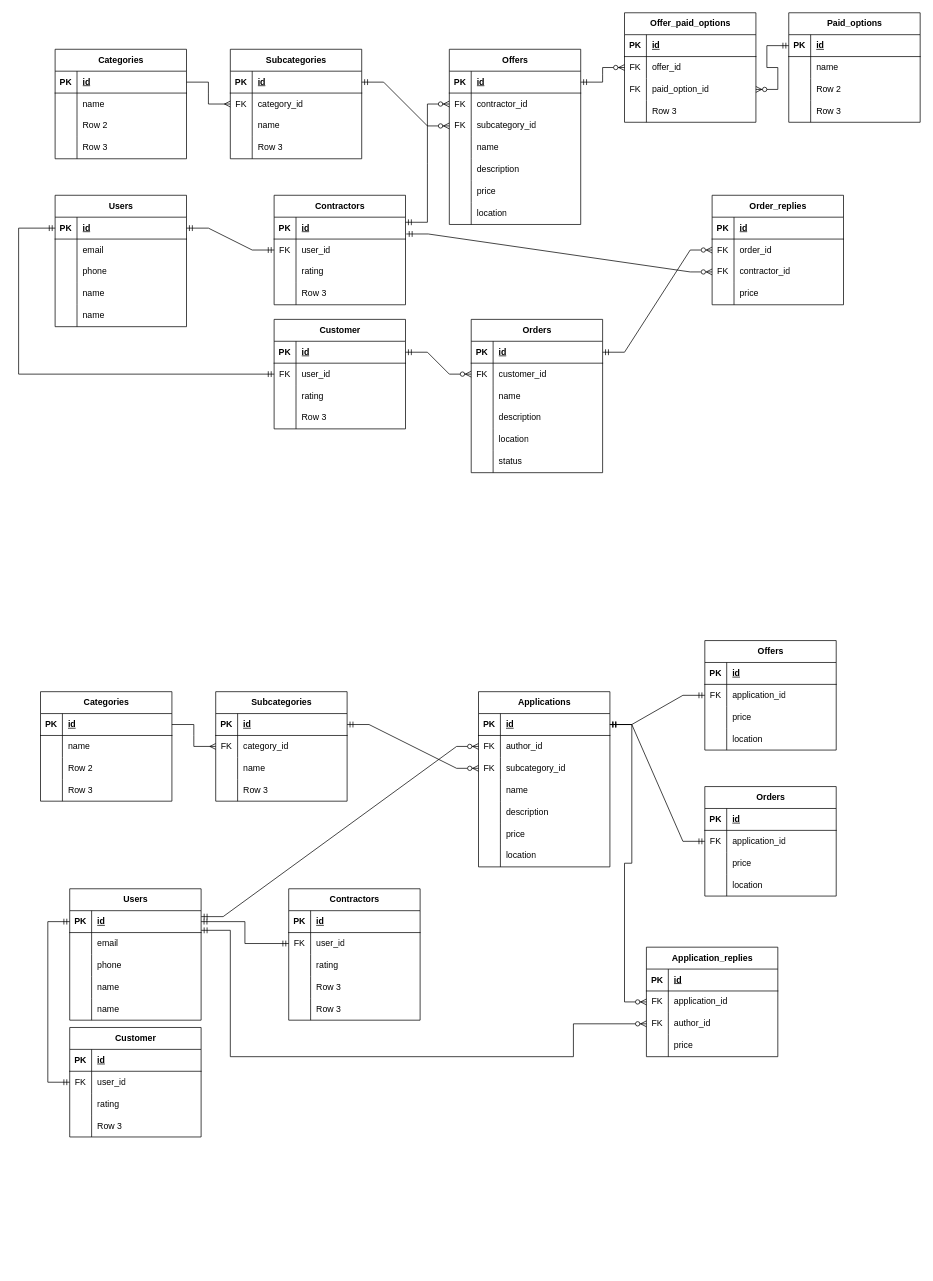
ki1it/draw_io keeps this draw.io diagram as Untitled Diagram.drawio. Above is the earlier version. Source tidied: cells renumbered, new cells numbered last; positions are measured from the earlier drawing's top-left corner, leaving out a move shared by most shapes. Both pictures are drawn from the tidied source at 73%, with x=0, y=0 at pixel (18, 12).
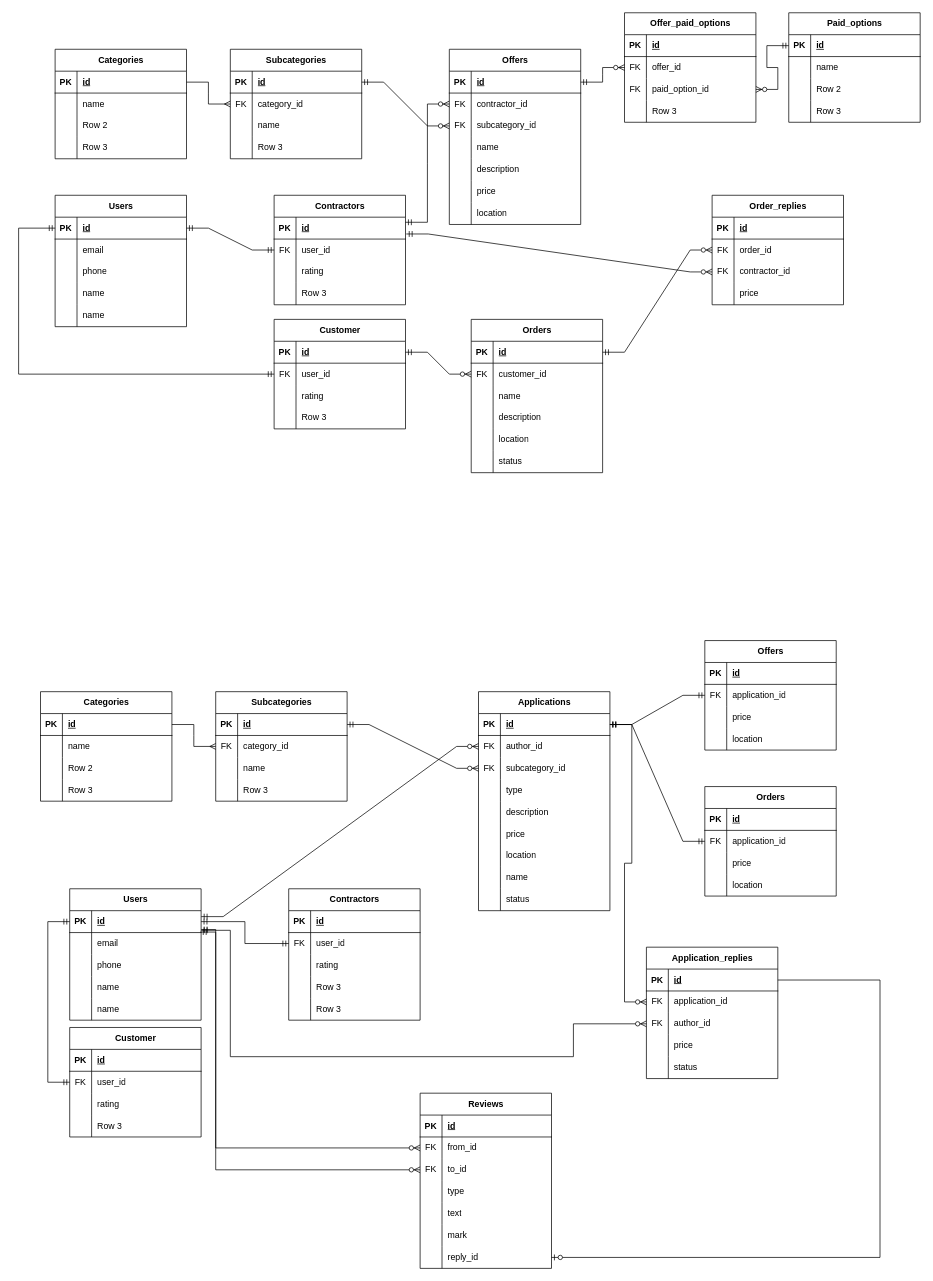
The same diagram, later.

Unchanged cells that the change refers to:
```xml
<mxCell id="161" style="shape=tableRow;horizontal=0;startSize=0;swimlaneHead=0;swimlaneBody=0;fillColor=none;points=[[0,0.5],[1,0.5]];portConstraint=eastwest;top=0;left=0;right=0;bottom=1;" parent="160" vertex="1">
  <mxGeometry y="30" width="180" height="30" as="geometry" />
</mxCell>
<mxCell id="217" style="shape=tableRow;horizontal=0;startSize=0;swimlaneHead=0;swimlaneBody=0;fillColor=none;top=0;left=0;right=0;bottom=0;" parent="207" vertex="1">
  <mxGeometry y="120" width="180" height="30" as="geometry" />
</mxCell>
<mxCell id="287" style="shape=tableRow;horizontal=0;startSize=0;swimlaneHead=0;swimlaneBody=0;fillColor=none;points=[[0,0.5],[1,0.5]];portConstraint=eastwest;top=0;left=0;right=0;bottom=1;" parent="286" vertex="1">
  <mxGeometry y="30" width="180" height="30" as="geometry" />
</mxCell>
```

Diff of the diagram source:
```diff
@@
     <mxCell id="207" value="Applications" style="shape=table;startSize=30;childLayout=tableLayout;rowLines=0;fontStyle=1;align=center;html=1;" parent="1" vertex="1">
-      <mxGeometry x="630" y="930" width="180" height="240" as="geometry" />
+      <mxGeometry x="630" y="930" width="180" height="300" as="geometry" />
     </mxCell>
@@
-    <mxCell id="219" value="name" style="shape=partialRectangle;fillColor=none;top=0;left=0;bottom=0;right=0;align=left;spacingLeft=6;overflow=hidden;whiteSpace=wrap;html=1;" parent="217" vertex="1">
+    <mxCell id="219" value="type" style="shape=partialRectangle;fillColor=none;top=0;left=0;bottom=0;right=0;align=left;spacingLeft=6;overflow=hidden;whiteSpace=wrap;html=1;" parent="217" vertex="1">
       <mxGeometry x="30" width="150" height="30" as="geometry" />
     </mxCell>
@@
+    <mxCell id="301" style="shape=tableRow;horizontal=0;startSize=0;swimlaneHead=0;swimlaneBody=0;fillColor=none;top=0;left=0;right=0;bottom=0;" parent="207" vertex="1">
+      <mxGeometry y="240" width="180" height="30" as="geometry" />
+    </mxCell>
+    <mxCell id="302" style="shape=partialRectangle;fillColor=none;top=0;left=0;bottom=0;right=0;overflow=hidden;whiteSpace=wrap;html=1;" parent="301" vertex="1">
+      <mxGeometry width="30" height="30" as="geometry" />
+    </mxCell>
+    <mxCell id="303" value="name" style="shape=partialRectangle;fillColor=none;top=0;left=0;bottom=0;right=0;align=left;spacingLeft=6;overflow=hidden;whiteSpace=wrap;html=1;" parent="301" vertex="1">
+      <mxGeometry x="30" width="150" height="30" as="geometry" />
+    </mxCell>
+    <mxCell id="304" style="shape=tableRow;horizontal=0;startSize=0;swimlaneHead=0;swimlaneBody=0;fillColor=none;top=0;left=0;right=0;bottom=0;" parent="207" vertex="1">
+      <mxGeometry y="270" width="180" height="30" as="geometry" />
+    </mxCell>
+    <mxCell id="305" style="shape=partialRectangle;fillColor=none;top=0;left=0;bottom=0;right=0;overflow=hidden;whiteSpace=wrap;html=1;" parent="304" vertex="1">
+      <mxGeometry width="30" height="30" as="geometry" />
+    </mxCell>
+    <mxCell id="306" value="status" style="shape=partialRectangle;fillColor=none;top=0;left=0;bottom=0;right=0;align=left;spacingLeft=6;overflow=hidden;whiteSpace=wrap;html=1;" parent="304" vertex="1">
+      <mxGeometry x="30" width="150" height="30" as="geometry" />
+    </mxCell>
@@
     <mxCell id="286" value="Application_replies" style="shape=table;startSize=30;childLayout=tableLayout;rowLines=0;fontStyle=1;align=center;html=1;" parent="1" vertex="1">
-      <mxGeometry x="860" y="1280" width="180" height="150" as="geometry" />
+      <mxGeometry x="860" y="1280" width="180" height="180" as="geometry" />
     </mxCell>
@@
+    <mxCell id="307" style="shape=tableRow;horizontal=0;startSize=0;swimlaneHead=0;swimlaneBody=0;fillColor=none;top=0;left=0;right=0;bottom=0;" parent="286" vertex="1">
+      <mxGeometry y="150" width="180" height="30" as="geometry" />
+    </mxCell>
+    <mxCell id="308" style="shape=partialRectangle;fillColor=none;top=0;left=0;bottom=0;right=0;overflow=hidden;whiteSpace=wrap;html=1;" parent="307" vertex="1">
+      <mxGeometry width="30" height="30" as="geometry" />
+    </mxCell>
+    <mxCell id="309" value="status" style="shape=partialRectangle;fillColor=none;top=0;left=0;bottom=0;right=0;align=left;spacingLeft=6;overflow=hidden;whiteSpace=wrap;html=1;" parent="307" vertex="1">
+      <mxGeometry x="30" width="150" height="30" as="geometry" />
+    </mxCell>
@@
+    <mxCell id="310" value="Reviews" style="shape=table;startSize=30;childLayout=tableLayout;rowLines=0;fontStyle=1;align=center;html=1;" parent="1" vertex="1">
+      <mxGeometry x="550" y="1480" width="180" height="240" as="geometry" />
+    </mxCell>
+    <mxCell id="311" style="shape=tableRow;horizontal=0;startSize=0;swimlaneHead=0;swimlaneBody=0;fillColor=none;top=0;left=0;right=0;bottom=1;" parent="310" vertex="1">
+      <mxGeometry y="30" width="180" height="30" as="geometry" />
+    </mxCell>
+    <mxCell id="312" value="PK" style="shape=partialRectangle;fillColor=none;top=0;left=0;bottom=0;right=0;fontStyle=1;overflow=hidden;whiteSpace=wrap;html=1;" parent="311" vertex="1">
+      <mxGeometry width="30" height="30" as="geometry" />
+    </mxCell>
+    <mxCell id="313" value="id" style="shape=partialRectangle;fillColor=none;top=0;left=0;bottom=0;right=0;align=left;spacingLeft=6;fontStyle=5;overflow=hidden;whiteSpace=wrap;html=1;" parent="311" vertex="1">
+      <mxGeometry x="30" width="150" height="30" as="geometry" />
+    </mxCell>
+    <mxCell id="314" style="shape=tableRow;horizontal=0;startSize=0;swimlaneHead=0;swimlaneBody=0;fillColor=none;points=[[0,0.5],[1,0.5]];portConstraint=eastwest;top=0;left=0;right=0;bottom=0;" parent="310" vertex="1">
+      <mxGeometry y="60" width="180" height="30" as="geometry" />
+    </mxCell>
+    <mxCell id="315" value="FK" style="shape=partialRectangle;fillColor=none;top=0;left=0;bottom=0;right=0;overflow=hidden;whiteSpace=wrap;html=1;" parent="314" vertex="1">
+      <mxGeometry width="30" height="30" as="geometry" />
+    </mxCell>
+    <mxCell id="316" value="from_id" style="shape=partialRectangle;fillColor=none;top=0;left=0;bottom=0;right=0;align=left;spacingLeft=6;overflow=hidden;whiteSpace=wrap;html=1;" parent="314" vertex="1">
+      <mxGeometry x="30" width="150" height="30" as="geometry" />
+    </mxCell>
+    <mxCell id="317" style="shape=tableRow;horizontal=0;startSize=0;swimlaneHead=0;swimlaneBody=0;fillColor=none;points=[[0,0.5],[1,0.5]];portConstraint=eastwest;top=0;left=0;right=0;bottom=0;" parent="310" vertex="1">
+      <mxGeometry y="90" width="180" height="30" as="geometry" />
+    </mxCell>
+    <mxCell id="318" value="FK" style="shape=partialRectangle;fillColor=none;top=0;left=0;bottom=0;right=0;overflow=hidden;whiteSpace=wrap;html=1;" parent="317" vertex="1">
+      <mxGeometry width="30" height="30" as="geometry" />
+    </mxCell>
+    <mxCell id="319" value="to_id" style="shape=partialRectangle;fillColor=none;top=0;left=0;bottom=0;right=0;align=left;spacingLeft=6;overflow=hidden;whiteSpace=wrap;html=1;" parent="317" vertex="1">
+      <mxGeometry x="30" width="150" height="30" as="geometry" />
+    </mxCell>
+    <mxCell id="320" style="shape=tableRow;horizontal=0;startSize=0;swimlaneHead=0;swimlaneBody=0;fillColor=none;top=0;left=0;right=0;bottom=0;" parent="310" vertex="1">
+      <mxGeometry y="120" width="180" height="30" as="geometry" />
+    </mxCell>
+    <mxCell id="321" style="shape=partialRectangle;fillColor=none;top=0;left=0;bottom=0;right=0;overflow=hidden;whiteSpace=wrap;html=1;" parent="320" vertex="1">
+      <mxGeometry width="30" height="30" as="geometry" />
+    </mxCell>
+    <mxCell id="322" value="type" style="shape=partialRectangle;fillColor=none;top=0;left=0;bottom=0;right=0;align=left;spacingLeft=6;overflow=hidden;whiteSpace=wrap;html=1;" parent="320" vertex="1">
+      <mxGeometry x="30" width="150" height="30" as="geometry" />
+    </mxCell>
+    <mxCell id="323" style="shape=tableRow;horizontal=0;startSize=0;swimlaneHead=0;swimlaneBody=0;fillColor=none;top=0;left=0;right=0;bottom=0;" parent="310" vertex="1">
+      <mxGeometry y="150" width="180" height="30" as="geometry" />
+    </mxCell>
+    <mxCell id="324" style="shape=partialRectangle;fillColor=none;top=0;left=0;bottom=0;right=0;overflow=hidden;whiteSpace=wrap;html=1;" parent="323" vertex="1">
+      <mxGeometry width="30" height="30" as="geometry" />
+    </mxCell>
+    <mxCell id="325" value="text" style="shape=partialRectangle;fillColor=none;top=0;left=0;bottom=0;right=0;align=left;spacingLeft=6;overflow=hidden;whiteSpace=wrap;html=1;" parent="323" vertex="1">
+      <mxGeometry x="30" width="150" height="30" as="geometry" />
+    </mxCell>
+    <mxCell id="326" style="shape=tableRow;horizontal=0;startSize=0;swimlaneHead=0;swimlaneBody=0;fillColor=none;top=0;left=0;right=0;bottom=0;" parent="310" vertex="1">
+      <mxGeometry y="180" width="180" height="30" as="geometry" />
+    </mxCell>
+    <mxCell id="327" style="shape=partialRectangle;fillColor=none;top=0;left=0;bottom=0;right=0;overflow=hidden;whiteSpace=wrap;html=1;" parent="326" vertex="1">
+      <mxGeometry width="30" height="30" as="geometry" />
+    </mxCell>
+    <mxCell id="328" value="mark" style="shape=partialRectangle;fillColor=none;top=0;left=0;bottom=0;right=0;align=left;spacingLeft=6;overflow=hidden;whiteSpace=wrap;html=1;" parent="326" vertex="1">
+      <mxGeometry x="30" width="150" height="30" as="geometry" />
+    </mxCell>
+    <mxCell id="329" style="shape=tableRow;horizontal=0;startSize=0;swimlaneHead=0;swimlaneBody=0;fillColor=none;points=[[0,0.5],[1,0.5]];portConstraint=eastwest;top=0;left=0;right=0;bottom=0;" parent="310" vertex="1">
+      <mxGeometry y="210" width="180" height="30" as="geometry" />
+    </mxCell>
+    <mxCell id="330" style="shape=partialRectangle;fillColor=none;top=0;left=0;bottom=0;right=0;overflow=hidden;whiteSpace=wrap;html=1;" parent="329" vertex="1">
+      <mxGeometry width="30" height="30" as="geometry" />
+    </mxCell>
+    <mxCell id="331" value="reply_id" style="shape=partialRectangle;fillColor=none;top=0;left=0;bottom=0;right=0;align=left;spacingLeft=6;overflow=hidden;whiteSpace=wrap;html=1;" parent="329" vertex="1">
+      <mxGeometry x="30" width="150" height="30" as="geometry" />
+    </mxCell>
+    <mxCell id="332" style="edgeStyle=orthogonalEdgeStyle;fontSize=12;html=1;endArrow=ERzeroToMany;startArrow=ERmandOne;rounded=0;exitX=0.994;exitY=0.976;exitDx=0;exitDy=0;exitPerimeter=0;entryX=0;entryY=0.5;entryDx=0;entryDy=0;" parent="1" edge="1" source="161" target="314">
+      <mxGeometry relative="1" as="geometry">
+        <Array as="points">
+          <mxPoint x="270" y="1259" />
+          <mxPoint x="270" y="1555" />
+        </Array>
+      </mxGeometry>
+    </mxCell>
+    <mxCell id="333" style="fontSize=12;html=1;endArrow=ERzeroToMany;startArrow=ERmandOne;rounded=0;exitX=1.001;exitY=0.859;exitDx=0;exitDy=0;exitPerimeter=0;entryX=0;entryY=0.5;entryDx=0;entryDy=0;edgeStyle=orthogonalEdgeStyle;" parent="1" edge="1" source="161" target="317">
+      <mxGeometry relative="1" as="geometry">
+        <Array as="points">
+          <mxPoint x="270" y="1256" />
+          <mxPoint x="270" y="1585" />
+        </Array>
+      </mxGeometry>
+    </mxCell>
+    <mxCell id="334" style="edgeStyle=orthogonalEdgeStyle;fontSize=12;html=1;endArrow=ERzeroToOne;endFill=1;rounded=0;exitX=1;exitY=0.5;exitDx=0;exitDy=0;entryX=1;entryY=0.5;entryDx=0;entryDy=0;" parent="1" edge="1" source="287" target="329">
+      <mxGeometry relative="1" as="geometry">
+        <Array as="points">
+          <mxPoint x="1180" y="1325" />
+          <mxPoint x="1180" y="1705" />
+        </Array>
+      </mxGeometry>
+    </mxCell>
```
